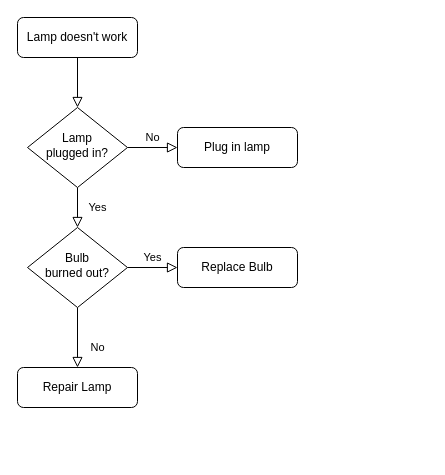
The draw.io diagram 流程图/大数据.drawio in lq460541033/draw_dev, before the edit. Source tidied: cells renumbered, new cells numbered last; positions are measured from the earlier drawing's top-left corner, leaving out a move shared by most shapes. Both pictures are drawn from the tidied source at 100%, with x=0, y=0 at pixel (17, 17).
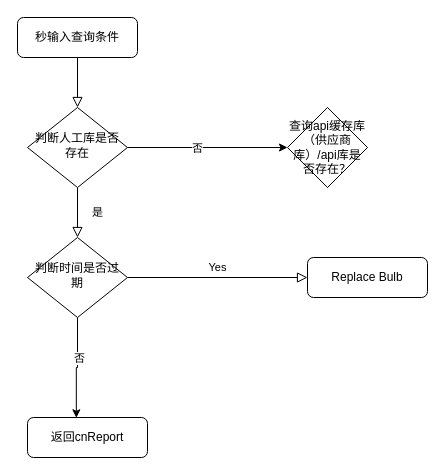
The same page after the edit.

What changed in the source:
```diff
@@
 <mxGraphModel>
   <root>
     <mxCell id="0" />
     <mxCell id="1" parent="0" />
     <mxCell id="2" style="rounded=0;html=1;jettySize=auto;fontSize=11;endArrow=block;endFill=0;endSize=8;strokeWidth=1;shadow=0;labelBackgroundColor=none;edgeStyle=orthogonalEdgeStyle;" parent="1" edge="1" source="3" target="6">
       <mxGeometry relative="1" as="geometry" />
     </mxCell>
-    <mxCell id="3" value="Lamp doesn't work" style="rounded=1;whiteSpace=wrap;html=1;fontSize=12;glass=0;strokeWidth=1;shadow=0;" parent="1" vertex="1">
+    <mxCell id="3" value="秒输入查询条件&lt;br&gt;" style="rounded=1;whiteSpace=wrap;html=1;fontSize=12;glass=0;strokeWidth=1;shadow=0;" parent="1" vertex="1">
       <mxGeometry width="120" height="40" as="geometry" />
     </mxCell>
-    <mxCell id="4" value="Yes" style="rounded=0;html=1;jettySize=auto;fontSize=11;endArrow=block;endFill=0;endSize=8;strokeWidth=1;shadow=0;labelBackgroundColor=none;edgeStyle=orthogonalEdgeStyle;" parent="1" edge="1" source="6" target="10">
+    <mxCell id="4" value="是" style="rounded=0;html=1;jettySize=auto;fontSize=11;endArrow=block;endFill=0;endSize=8;strokeWidth=1;shadow=0;labelBackgroundColor=none;edgeStyle=orthogonalEdgeStyle;" parent="1" edge="1" source="6" target="10">
       <mxGeometry y="20" relative="1" as="geometry" />
     </mxCell>
-    <mxCell id="5" value="No" style="edgeStyle=orthogonalEdgeStyle;rounded=0;html=1;jettySize=auto;fontSize=11;endArrow=block;endFill=0;endSize=8;strokeWidth=1;shadow=0;labelBackgroundColor=none;" parent="1" edge="1" source="6" target="7">
-      <mxGeometry y="10" relative="1" as="geometry" />
-    </mxCell>
+    <mxCell id="13" style="edgeStyle=orthogonalEdgeStyle;rounded=0;jettySize=auto;html=1;exitX=1;exitY=0.5;exitDx=0;exitDy=0;entryX=0;entryY=0.5;entryDx=0;entryDy=0;" parent="1" edge="1" source="6" target="16">
+      <mxGeometry relative="1" as="geometry" />
+    </mxCell>
+    <mxCell id="14" value="否" style="edgeLabel;html=1;align=center;verticalAlign=middle;" parent="13" vertex="1">
+      <mxGeometry x="-0.14" relative="1" as="geometry" />
+    </mxCell>
-    <mxCell id="6" value="Lamp&lt;br&gt;plugged in?" style="rhombus;whiteSpace=wrap;html=1;shadow=0;fontFamily=Helvetica;fontSize=12;align=center;strokeWidth=1;spacing=6;spacingTop=-4;" parent="1" vertex="1">
+    <mxCell id="6" value="判断人工库是否存在" style="rhombus;whiteSpace=wrap;html=1;shadow=0;fontFamily=Helvetica;fontSize=12;align=center;strokeWidth=1;spacing=6;spacingTop=-4;" parent="1" vertex="1">
       <mxGeometry x="10" y="90" width="100" height="80" as="geometry" />
     </mxCell>
-    <mxCell id="7" value="Plug in lamp" style="rounded=1;whiteSpace=wrap;html=1;fontSize=12;glass=0;strokeWidth=1;shadow=0;" parent="1" vertex="1">
-      <mxGeometry x="160" y="110" width="120" height="40" as="geometry" />
-    </mxCell>
+    <mxCell id="9" value="Yes" style="edgeStyle=orthogonalEdgeStyle;rounded=0;html=1;jettySize=auto;fontSize=11;endArrow=block;endFill=0;endSize=8;strokeWidth=1;shadow=0;labelBackgroundColor=none;" parent="1" edge="1" source="10" target="12">
+      <mxGeometry y="10" relative="1" as="geometry" />
+    </mxCell>
-    <mxCell id="8" value="No" style="rounded=0;html=1;jettySize=auto;fontSize=11;endArrow=block;endFill=0;endSize=8;strokeWidth=1;shadow=0;labelBackgroundColor=none;edgeStyle=orthogonalEdgeStyle;" parent="1" edge="1" source="10" target="11">
-      <mxGeometry x="0.33" y="20" relative="1" as="geometry" />
+    <mxCell id="8" style="edgeStyle=orthogonalEdgeStyle;rounded=0;jettySize=auto;html=1;entryX=0.407;entryY=0.007;entryDx=0;entryDy=0;entryPerimeter=0;" parent="1" edge="1" source="10" target="11">
+      <mxGeometry relative="1" as="geometry" />
     </mxCell>
-    <mxCell id="9" value="Yes" style="edgeStyle=orthogonalEdgeStyle;rounded=0;html=1;jettySize=auto;fontSize=11;endArrow=block;endFill=0;endSize=8;strokeWidth=1;shadow=0;labelBackgroundColor=none;" parent="1" edge="1" source="10" target="12">
-      <mxGeometry y="10" relative="1" as="geometry" />
-    </mxCell>
+    <mxCell id="15" value="否" style="edgeLabel;html=1;align=center;verticalAlign=middle;" parent="8" vertex="1">
+      <mxGeometry x="-0.22" y="1" relative="1" as="geometry" />
+    </mxCell>
-    <mxCell id="10" value="Bulb&lt;br&gt;burned out?" style="rhombus;whiteSpace=wrap;html=1;shadow=0;fontFamily=Helvetica;fontSize=12;align=center;strokeWidth=1;spacing=6;spacingTop=-4;" parent="1" vertex="1">
-      <mxGeometry x="10" y="210" width="100" height="80" as="geometry" />
+    <mxCell id="10" value="判断时间是否过期" style="rhombus;whiteSpace=wrap;html=1;shadow=0;fontFamily=Helvetica;fontSize=12;align=center;strokeWidth=1;spacing=6;spacingTop=-4;" parent="1" vertex="1">
+      <mxGeometry x="10" y="220" width="100" height="80" as="geometry" />
     </mxCell>
-    <mxCell id="11" value="Repair Lamp" style="rounded=1;whiteSpace=wrap;html=1;fontSize=12;glass=0;strokeWidth=1;shadow=0;" parent="1" vertex="1">
-      <mxGeometry y="350" width="120" height="40" as="geometry" />
+    <mxCell id="11" value="返回cnReport" style="rounded=1;whiteSpace=wrap;html=1;fontSize=12;glass=0;strokeWidth=1;shadow=0;" parent="1" vertex="1">
+      <mxGeometry x="10" y="400" width="120" height="40" as="geometry" />
     </mxCell>
     <mxCell id="12" value="Replace Bulb" style="rounded=1;whiteSpace=wrap;html=1;fontSize=12;glass=0;strokeWidth=1;shadow=0;" parent="1" vertex="1">
-      <mxGeometry x="160" y="230" width="120" height="40" as="geometry" />
+      <mxGeometry x="290" y="240" width="120" height="40" as="geometry" />
     </mxCell>
+    <mxCell id="16" value="&lt;span&gt;查询api缓存库（供应商库）/api库是否存在？&lt;/span&gt;" style="rhombus;whiteSpace=wrap;html=1;" parent="1" vertex="1">
+      <mxGeometry x="270" y="90" width="80" height="80" as="geometry" />
+    </mxCell>
   </root>
 </mxGraphModel>
```
